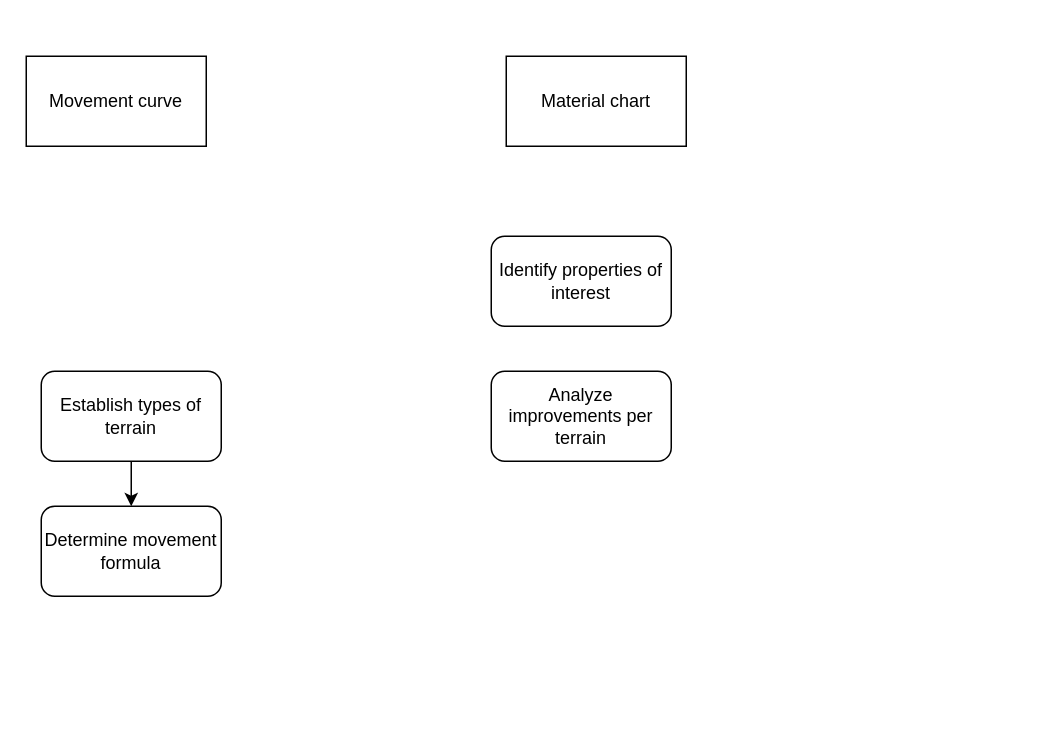
The draw.io diagram material-analysis.drawio in PumpKPie/quadruped-development, before the edit. Source tidied: cells renumbered, new cells numbered last; positions are measured from the earlier drawing's top-left corner, leaving out a move shared by most shapes. Both pictures are drawn from the tidied source at 150%, with x=0, y=0 at pixel (26, 56).
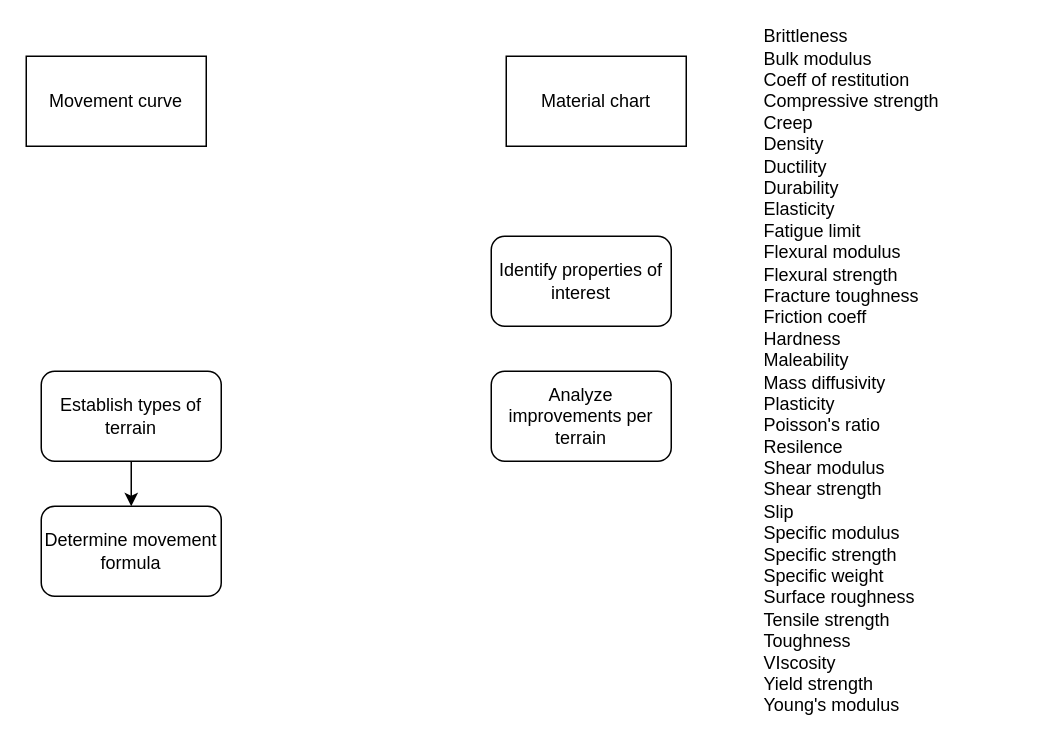
The same diagram, later.

What changed in the source:
```diff
@@
 <mxGraphModel>
   <root>
     <mxCell id="0" />
     <mxCell id="1" parent="0" />
     <mxCell id="2" value="Movement curve" style="rounded=0;whiteSpace=wrap;html=1;" parent="1" vertex="1">
       <mxGeometry width="120" height="60" as="geometry" />
     </mxCell>
     <mxCell id="3" value="Material chart" style="rounded=0;whiteSpace=wrap;html=1;" parent="1" vertex="1">
       <mxGeometry x="320" width="120" height="60" as="geometry" />
     </mxCell>
     <mxCell id="4" value="Identify properties of interest" style="rounded=1;whiteSpace=wrap;html=1;" parent="1" vertex="1">
       <mxGeometry x="310" y="120" width="120" height="60" as="geometry" />
     </mxCell>
     <mxCell id="5" value="Determine movement formula" style="rounded=1;whiteSpace=wrap;html=1;" parent="1" vertex="1">
       <mxGeometry x="10" y="300" width="120" height="60" as="geometry" />
     </mxCell>
     <mxCell id="6" style="edgeStyle=orthogonalEdgeStyle;rounded=0;jettySize=auto;html=1;exitX=0.5;exitY=1;exitDx=0;exitDy=0;entryX=0.5;entryY=0;entryDx=0;entryDy=0;" parent="1" edge="1" source="7" target="5">
       <mxGeometry relative="1" as="geometry" />
     </mxCell>
     <mxCell id="7" value="Establish types of terrain" style="rounded=1;whiteSpace=wrap;html=1;" parent="1" vertex="1">
       <mxGeometry x="10" y="210" width="120" height="60" as="geometry" />
     </mxCell>
     <mxCell id="8" value="Analyze improvements per terrain" style="rounded=1;whiteSpace=wrap;html=1;" parent="1" vertex="1">
       <mxGeometry x="310" y="210" width="120" height="60" as="geometry" />
     </mxCell>
+    <mxCell id="9" value="&lt;div align=&quot;left&quot;&gt;Brittleness&lt;br&gt;&lt;/div&gt;&lt;div align=&quot;left&quot;&gt;Bulk modulus&lt;/div&gt;&lt;div align=&quot;left&quot;&gt;Coeff of restitution&lt;/div&gt;&lt;div align=&quot;left&quot;&gt;Compressive strength&lt;/div&gt;&lt;div align=&quot;left&quot;&gt;Creep&lt;/div&gt;&lt;div align=&quot;left&quot;&gt;Density&lt;/div&gt;&lt;div align=&quot;left&quot;&gt;Ductility&lt;/div&gt;&lt;div align=&quot;left&quot;&gt;Durability&lt;/div&gt;&lt;div align=&quot;left&quot;&gt;Elasticity&lt;/div&gt;&lt;div align=&quot;left&quot;&gt;Fatigue limit&lt;/div&gt;&lt;div align=&quot;left&quot;&gt;Flexural modulus&lt;/div&gt;&lt;div align=&quot;left&quot;&gt;Flexural strength&lt;/div&gt;&lt;div align=&quot;left&quot;&gt;Fracture toughness&lt;/div&gt;&lt;div align=&quot;left&quot;&gt;Friction coeff&lt;/div&gt;&lt;div align=&quot;left&quot;&gt;Hardness&lt;/div&gt;&lt;div align=&quot;left&quot;&gt;Maleability&lt;/div&gt;&lt;div align=&quot;left&quot;&gt;Mass diffusivity&lt;/div&gt;&lt;div align=&quot;left&quot;&gt;Plasticity&lt;/div&gt;&lt;div align=&quot;left&quot;&gt;Poisson's ratio&lt;/div&gt;&lt;div align=&quot;left&quot;&gt;Resilence&lt;/div&gt;&lt;div align=&quot;left&quot;&gt;Shear modulus&lt;/div&gt;&lt;div align=&quot;left&quot;&gt;Shear strength&lt;/div&gt;&lt;div align=&quot;left&quot;&gt;Slip&lt;/div&gt;&lt;div align=&quot;left&quot;&gt;Specific modulus&lt;/div&gt;&lt;div align=&quot;left&quot;&gt;Specific strength&lt;/div&gt;&lt;div align=&quot;left&quot;&gt;Specific weight&lt;/div&gt;&lt;div align=&quot;left&quot;&gt;Surface roughness&lt;/div&gt;&lt;div align=&quot;left&quot;&gt;Tensile strength&lt;/div&gt;&lt;div align=&quot;left&quot;&gt;Toughness&lt;/div&gt;&lt;div align=&quot;left&quot;&gt;VIscosity&lt;/div&gt;&lt;div align=&quot;left&quot;&gt;Yield strength&lt;/div&gt;&lt;div align=&quot;left&quot;&gt;Young's modulus&lt;br&gt;&lt;/div&gt;" style="text;html=1;align=left;verticalAlign=middle;whiteSpace=wrap;rounded=0;" parent="1" vertex="1">
+      <mxGeometry x="490" y="-20" width="180" height="460" as="geometry" />
+    </mxCell>
   </root>
 </mxGraphModel>
```
